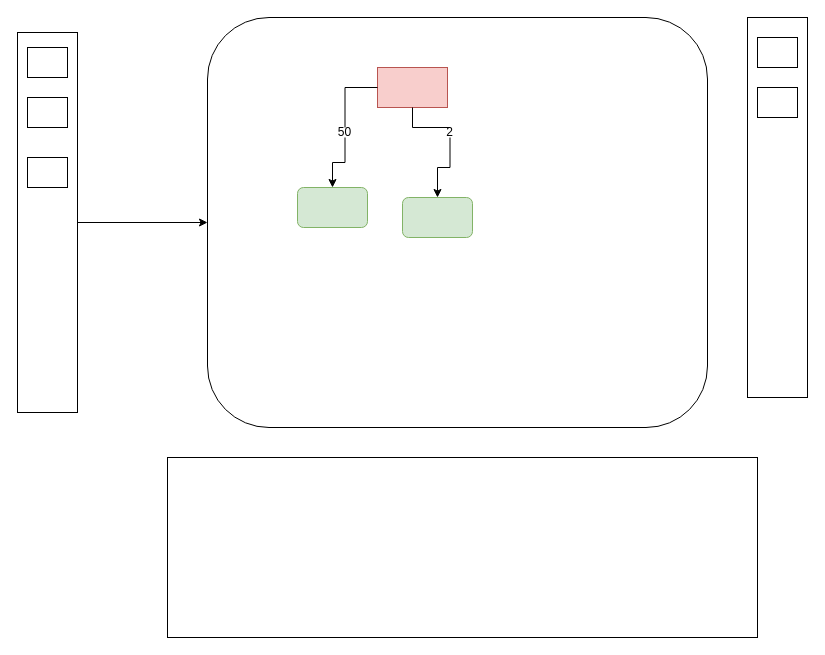
This is ECR.drawio from bharathmuppa/DrawIO, a draw.io file, before an edit. Source tidied: cells renumbered, new cells numbered last; positions are measured from the earlier drawing's top-left corner, leaving out a move shared by most shapes. Both pictures are drawn from the tidied source at 100%, with x=0, y=0 at pixel (17, 17).
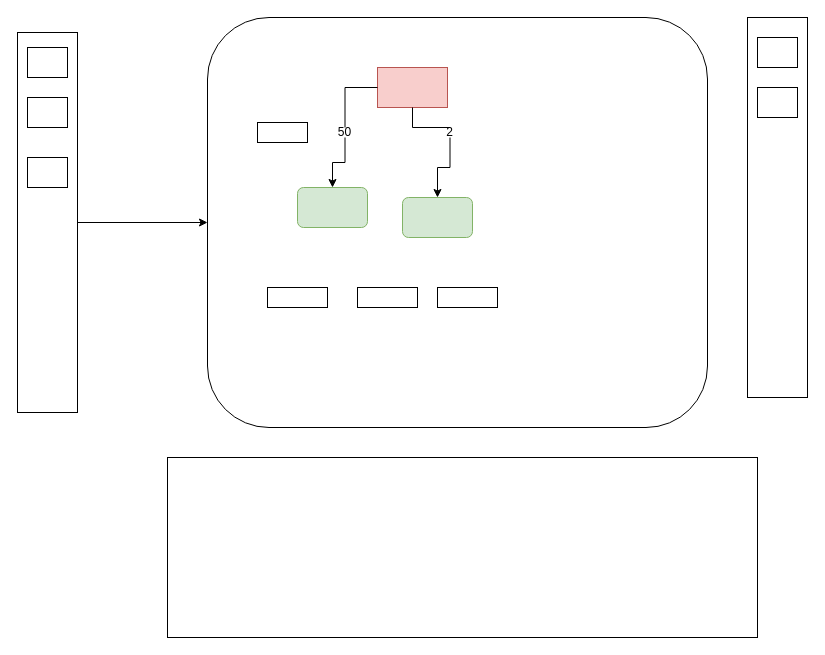
After the change.

Diff of the diagram source:
```diff
@@
+    <mxCell id="21" style="rounded=0;whiteSpace=wrap;html=1;" parent="1" vertex="1">
+      <mxGeometry x="240" y="105" width="50" height="20" as="geometry" />
+    </mxCell>
+    <mxCell id="22" style="rounded=0;whiteSpace=wrap;html=1;" parent="1" vertex="1">
+      <mxGeometry x="250" y="270" width="60" height="20" as="geometry" />
+    </mxCell>
+    <mxCell id="23" style="rounded=0;whiteSpace=wrap;html=1;" parent="1" vertex="1">
+      <mxGeometry x="340" y="270" width="60" height="20" as="geometry" />
+    </mxCell>
+    <mxCell id="24" style="rounded=0;whiteSpace=wrap;html=1;" parent="1" vertex="1">
+      <mxGeometry x="420" y="270" width="60" height="20" as="geometry" />
+    </mxCell>
```
